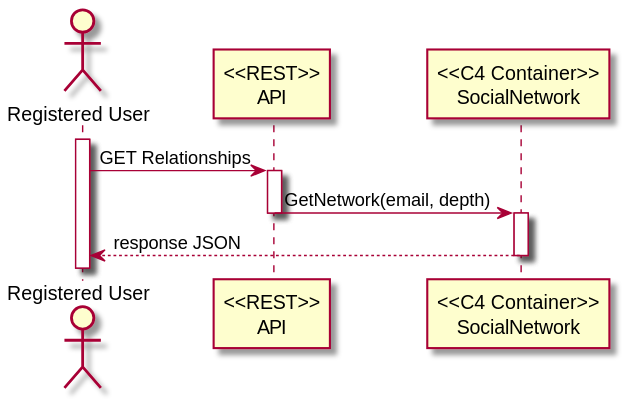
Earlier version of the PlantUML export docs/System Architecture/Level 2/UC7_LVL2/UC07_LVL2.svg (antoniomsbarros/SocialNetworkGame).
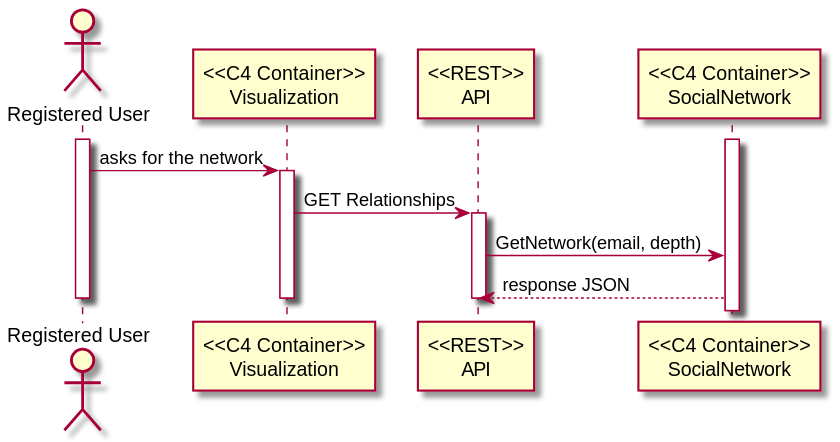
After the change.

Commit message:
OL41-7 #comment Corrigi os diagramas da vista de processo de nível 2 dos UCs 5 e 7

Diff of the diagram source:
```diff
@@ -1,18 +1,25 @@
 @startuml
 
 actor "Registered User" as UNU
+participant "<<C4 Container>>\nVisualization" as V
 participant "<<REST>>\nAPI" as API
 participant "<<C4 Container>>\nSocialNetwork" as SN
 
+activate SN
+
 activate UNU
-UNU -> API: GET Relationships
+
+UNU->V:asks for the network
+
+activate V
+V -> API: GET Relationships
 
 activate API
 API -> SN: GetNetwork(email, depth)
+
+SN --> API : response JSON
 deactivate API
-
-activate SN
-SN --> UNU : response JSON
-deactivate SN
+deactivate V
+deactivate UNU
 
 @enduml
```
